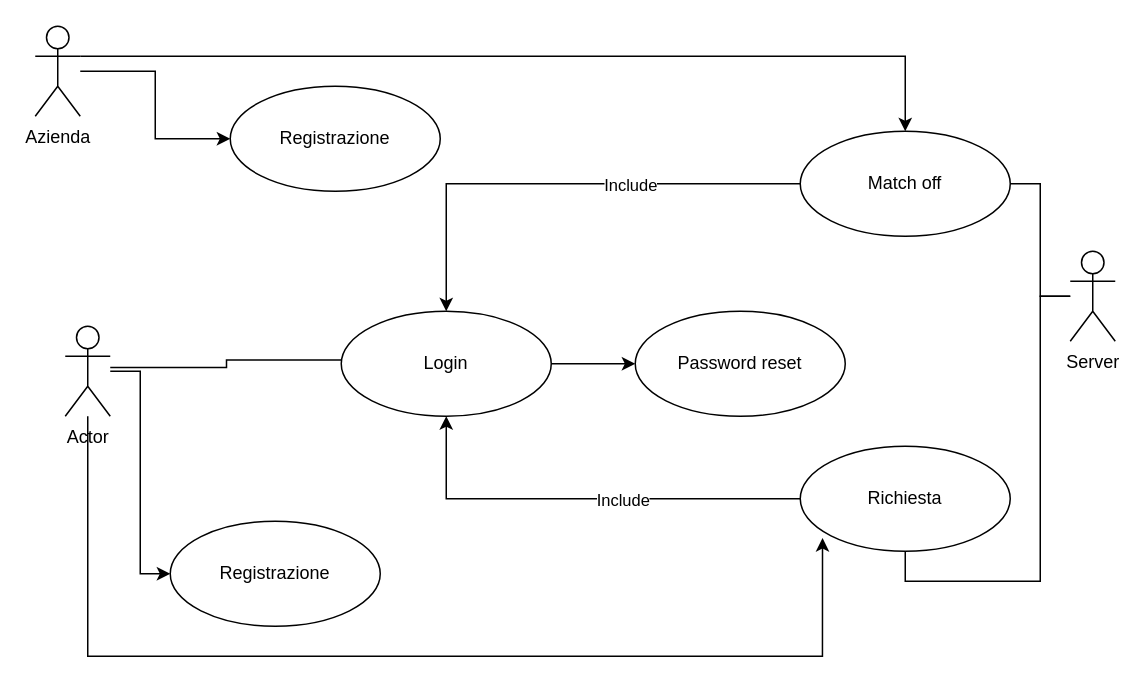
This is Es10inClasse.drawio from markBatti/TPSIT-serio, a draw.io file, before an edit. Source tidied: cells renumbered, new cells numbered last; positions are measured from the earlier drawing's top-left corner, leaving out a move shared by most shapes. Both pictures are drawn from the tidied source at 150%, with x=0, y=0 at pixel (34, 26).
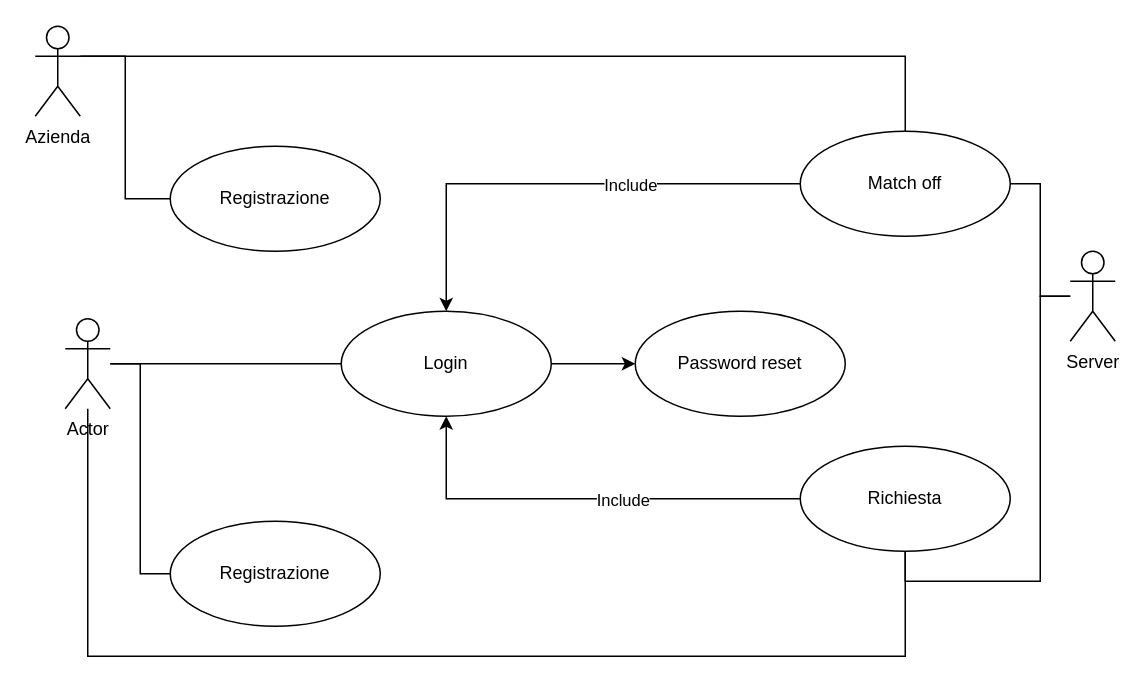
Above is the later version.

Unchanged cells that the change refers to:
```xml
<mxCell id="11" value="Match off" style="ellipse;whiteSpace=wrap;html=1;" parent="1" vertex="1">
  <mxGeometry x="510" y="70" width="140" height="70" as="geometry" />
</mxCell>
<mxCell id="14" value="Richiesta" style="ellipse;whiteSpace=wrap;html=1;" parent="1" vertex="1">
  <mxGeometry x="510" y="280" width="140" height="70" as="geometry" />
</mxCell>
<mxCell id="15" value="Registrazione" style="ellipse;whiteSpace=wrap;html=1;" parent="1" vertex="1">
  <mxGeometry x="90" y="330" width="140" height="70" as="geometry" />
</mxCell>
<mxCell id="18" value="Azienda" style="shape=umlActor;verticalLabelPosition=bottom;verticalAlign=top;html=1;" parent="1" vertex="1">
  <mxGeometry width="30" height="60" as="geometry" />
</mxCell>
<mxCell id="21" value="Login" style="ellipse;whiteSpace=wrap;html=1;" parent="1" vertex="1">
  <mxGeometry x="204" y="190" width="140" height="70" as="geometry" />
</mxCell>
```

Change to the diagram source:
```diff
@@
-    <mxCell id="2" style="edgeStyle=orthogonalEdgeStyle;rounded=0;orthogonalLoop=1;jettySize=auto;html=1;entryX=0;entryY=0.5;entryDx=0;entryDy=0;endArrow=none;endFill=0;" parent="1" edge="1">
-      <mxGeometry x="0.01" relative="1" as="geometry">
-        <mxPoint x="50" y="227.5" as="sourcePoint" />
-        <mxPoint x="204" y="222.5" as="targetPoint" />
-        <Array as="points">
-          <mxPoint x="127.5" y="227.5" />
-          <mxPoint x="127.5" y="222.5" />
-        </Array>
-      </mxGeometry>
-    </mxCell>
-    <mxCell id="3" style="edgeStyle=orthogonalEdgeStyle;rounded=0;jettySize=auto;html=1;entryX=0;entryY=0.5;entryDx=0;entryDy=0;" parent="1" edge="1" source="5" target="15">
-      <mxGeometry relative="1" as="geometry" />
+    <mxCell id="3" style="edgeStyle=orthogonalEdgeStyle;rounded=0;jettySize=auto;html=1;entryX=0;entryY=0.5;entryDx=0;entryDy=0;endArrow=none;endFill=0;" parent="1" edge="1" source="5" target="15">
+      <mxGeometry x="0.01" relative="1" as="geometry" />
     </mxCell>
-    <mxCell id="4" style="edgeStyle=orthogonalEdgeStyle;rounded=0;jettySize=auto;html=1;entryX=0.106;entryY=0.874;entryDx=0;entryDy=0;entryPerimeter=0;" parent="1" edge="1" source="5" target="14">
-      <mxGeometry x="0.05" relative="1" as="geometry">
+    <mxCell id="4" style="edgeStyle=orthogonalEdgeStyle;rounded=0;jettySize=auto;html=1;endArrow=none;endFill=0;" parent="1" edge="1" source="5">
+      <mxGeometry x="-0.05" relative="1" as="geometry">
+        <mxPoint x="580" y="360" as="targetPoint" />
         <Array as="points">
           <mxPoint x="35" y="420" />
-          <mxPoint x="524.8" y="420" />
+          <mxPoint x="580" y="420" />
+          <mxPoint x="580" y="341.2" />
         </Array>
       </mxGeometry>
     </mxCell>
+    <mxCell id="23" style="edgeStyle=orthogonalEdgeStyle;rounded=0;jettySize=auto;html=1;entryX=0;entryY=0.5;entryDx=0;entryDy=0;endArrow=none;endFill=0;" parent="1" edge="1" source="5" target="21">
+      <mxGeometry x="0.01" relative="1" as="geometry" />
+    </mxCell>
     <mxCell id="5" value="Actor" style="shape=umlActor;verticalLabelPosition=bottom;verticalAlign=top;html=1;outlineConnect=0;" parent="1" vertex="1">
-      <mxGeometry x="20" y="200" width="30" height="60" as="geometry" />
+      <mxGeometry x="20" y="195" width="30" height="60" as="geometry" />
     </mxCell>
@@
-    <mxCell id="16" style="edgeStyle=orthogonalEdgeStyle;rounded=0;jettySize=auto;html=1;entryX=0;entryY=0.5;entryDx=0;entryDy=0;" parent="1" edge="1" source="18" target="19">
-      <mxGeometry relative="1" as="geometry" />
+    <mxCell id="16" style="edgeStyle=orthogonalEdgeStyle;rounded=0;jettySize=auto;html=1;entryX=0;entryY=0.5;entryDx=0;entryDy=0;endArrow=none;endFill=0;" parent="1" edge="1" source="18" target="19">
+      <mxGeometry x="0.07" relative="1" as="geometry">
+        <Array as="points">
+          <mxPoint x="60" y="20" />
+          <mxPoint x="60" y="115" />
+        </Array>
+      </mxGeometry>
     </mxCell>
-    <mxCell id="17" style="edgeStyle=orthogonalEdgeStyle;rounded=0;jettySize=auto;html=1;exitX=1;exitY=0.3333333333333333;exitDx=0;exitDy=0;exitPerimeter=0;entryX=0.5;entryY=0;entryDx=0;entryDy=0;" parent="1" edge="1" source="18" target="11">
+    <mxCell id="17" style="edgeStyle=orthogonalEdgeStyle;rounded=0;jettySize=auto;html=1;exitX=1;exitY=0.3333333333333333;exitDx=0;exitDy=0;exitPerimeter=0;entryX=0.5;entryY=0;entryDx=0;entryDy=0;endArrow=none;endFill=0;" parent="1" edge="1" source="18" target="11">
       <mxGeometry relative="1" as="geometry" />
     </mxCell>
@@
     <mxCell id="19" value="Registrazione" style="ellipse;whiteSpace=wrap;html=1;" parent="1" vertex="1">
-      <mxGeometry x="130" y="40" width="140" height="70" as="geometry" />
+      <mxGeometry x="90" y="80" width="140" height="70" as="geometry" />
     </mxCell>
```
